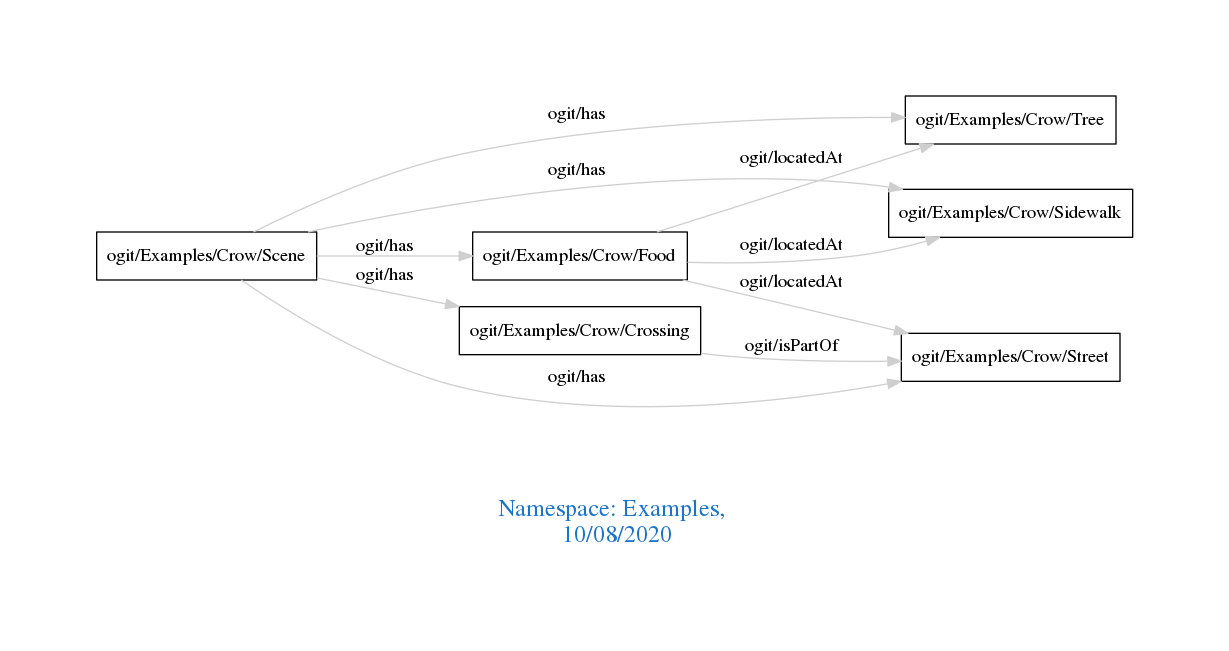
This is downloads/Examples.png from arago/OGIT, a Graphviz export, as it was before one commit. Its source is kept beside it as downloads/Examples.dot.
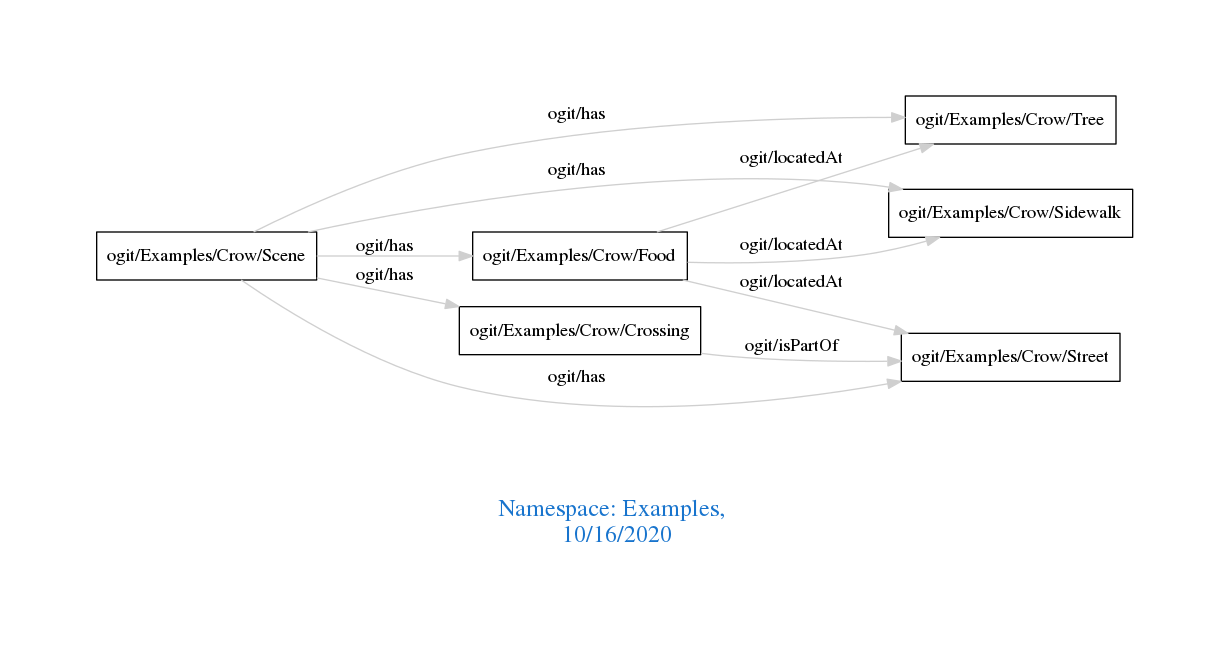
The same diagram one commit later.

The edit, as a diff of the source:
```diff
@@ -1,7 +1,7 @@
 digraph OGIT_ontology {
  graph [ rankdir= LR,pad=1
 fontsize = 18,
-fontcolor= dodgerblue3,label = "\n\n\nNamespace: Examples, \n 10/08/2020"];
+fontcolor= dodgerblue3,label = "\n\n\nNamespace: Examples, \n 10/16/2020"];
 node[shape=polygon];
 edge [  color="gray81"];
 
```
